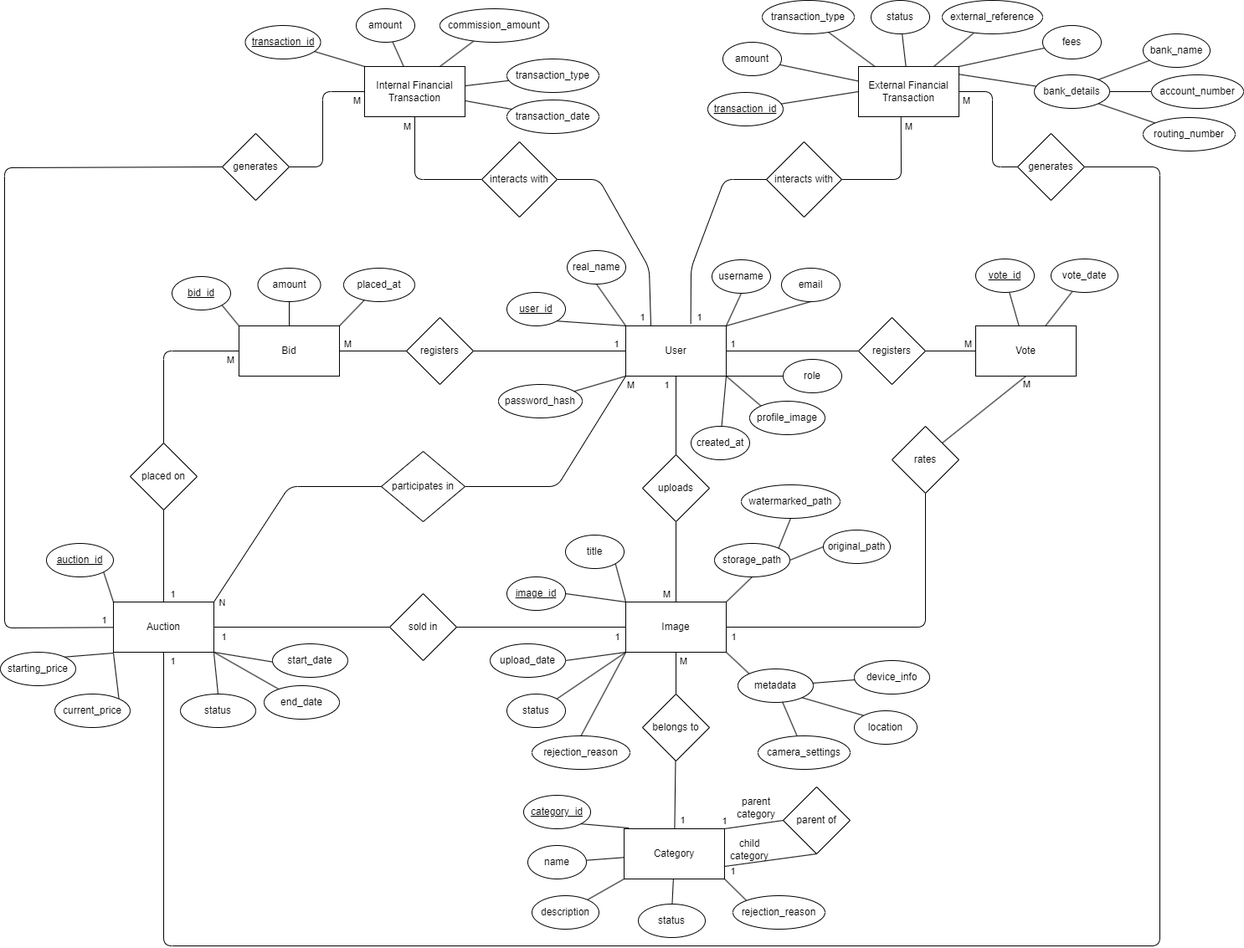
This is diagrams/eer-diagram/eer-diagram.png from staucktion/docs, a draw.io export, as it was before one commit. Source tidied: cells renumbered, new cells last; positions are measured from the earlier drawing's top-left corner, leaving out a move shared by most shapes.
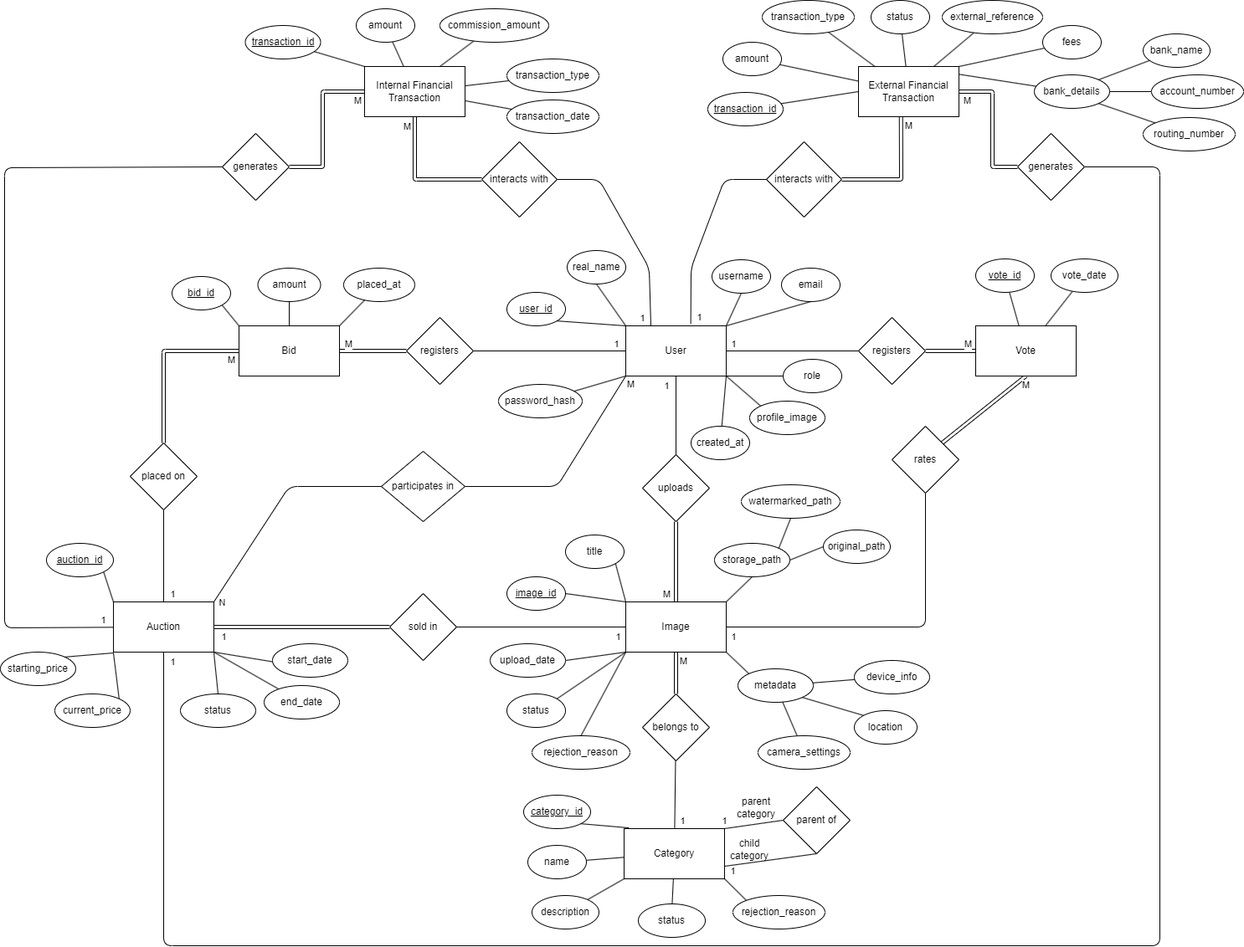
The same file after the commit.

Commit message:
Show participations in EER Diagram

Change to the diagram source:
```diff
@@ -41,7 +41,7 @@
     <mxCell id="10" value="User" style="rounded=0;whiteSpace=wrap;html=1;" parent="1" vertex="1">
       <mxGeometry x="747" y="389" width="120" height="60" as="geometry" />
     </mxCell>
-    <mxCell id="11" style="edgeStyle=none;html=1;endArrow=none;endFill=0;" parent="1" edge="1" source="15" target="56">
+    <mxCell id="11" style="edgeStyle=none;html=1;endArrow=none;endFill=0;shape=link;" parent="1" edge="1" source="15" target="56">
       <mxGeometry relative="1" as="geometry" />
     </mxCell>
     <mxCell id="12" value="M" style="edgeLabel;html=1;align=center;verticalAlign=middle;" parent="11" vertex="1">
@@ -101,7 +101,7 @@
     <mxCell id="23" value="Auction" style="rounded=0;whiteSpace=wrap;html=1;" parent="1" vertex="1">
       <mxGeometry x="135" y="719" width="120" height="60" as="geometry" />
     </mxCell>
-    <mxCell id="24" style="edgeStyle=none;html=1;exitX=0.5;exitY=1;exitDx=0;exitDy=0;entryX=1;entryY=0;entryDx=0;entryDy=0;endArrow=none;endFill=0;" parent="1" edge="1" source="26" target="62">
+    <mxCell id="24" style="edgeStyle=none;html=1;exitX=0.5;exitY=1;exitDx=0;exitDy=0;entryX=1;entryY=0;entryDx=0;entryDy=0;endArrow=none;endFill=0;shape=link;" parent="1" edge="1" source="26" target="62">
       <mxGeometry relative="1" as="geometry" />
     </mxCell>
     <mxCell id="25" value="M" style="edgeLabel;html=1;align=center;verticalAlign=middle;" parent="24" vertex="1">
@@ -112,7 +112,7 @@
     <mxCell id="26" value="Vote" style="rounded=0;whiteSpace=wrap;html=1;" parent="1" vertex="1">
       <mxGeometry x="1165" y="389" width="120" height="60" as="geometry" />
     </mxCell>
-    <mxCell id="27" style="edgeStyle=none;html=1;exitX=0;exitY=0.5;exitDx=0;exitDy=0;entryX=0.5;entryY=0;entryDx=0;entryDy=0;endArrow=none;endFill=0;" parent="1" edge="1" source="29" target="65">
+    <mxCell id="27" style="edgeStyle=none;html=1;exitX=0;exitY=0.5;exitDx=0;exitDy=0;entryX=0.5;entryY=0;entryDx=0;entryDy=0;endArrow=none;endFill=0;shape=link;" parent="1" edge="1" source="29" target="65">
       <mxGeometry relative="1" as="geometry">
         <Array as="points">
           <mxPoint x="195" y="419" />
@@ -133,7 +133,7 @@
     <mxCell id="31" value="External Financial Transaction" style="rounded=0;whiteSpace=wrap;html=1;" parent="1" vertex="1">
       <mxGeometry x="1025" y="79" width="120" height="60" as="geometry" />
     </mxCell>
-    <mxCell id="32" style="edgeStyle=none;html=1;endArrow=none;endFill=0;" parent="1" edge="1" source="34" target="15">
+    <mxCell id="32" style="edgeStyle=none;html=1;endArrow=none;endFill=0;shape=link;" parent="1" edge="1" source="34" target="15">
       <mxGeometry relative="1" as="geometry" />
     </mxCell>
     <mxCell id="33" value="M" style="edgeLabel;html=1;align=center;verticalAlign=middle;" parent="32" vertex="1">
@@ -159,7 +159,7 @@
     <mxCell id="37" value="participates in" style="rhombus;whiteSpace=wrap;html=1;" parent="1" vertex="1">
       <mxGeometry x="455" y="539" width="100" height="84" as="geometry" />
     </mxCell>
-    <mxCell id="38" style="edgeStyle=none;html=1;endArrow=none;endFill=0;" parent="1" edge="1" source="40" target="26">
+    <mxCell id="38" style="edgeStyle=none;html=1;endArrow=none;endFill=0;shape=link;" parent="1" edge="1" source="40" target="26">
       <mxGeometry relative="1" as="geometry" />
     </mxCell>
     <mxCell id="39" value="M" style="edgeLabel;html=1;align=center;verticalAlign=middle;" parent="38" vertex="1">
@@ -170,7 +170,7 @@
     <mxCell id="40" value="registers" style="rhombus;whiteSpace=wrap;html=1;" parent="1" vertex="1">
       <mxGeometry x="1025" y="379" width="80" height="80" as="geometry" />
     </mxCell>
-    <mxCell id="41" style="edgeStyle=none;html=1;endArrow=none;endFill=0;" parent="1" edge="1" source="43" target="29">
+    <mxCell id="41" style="edgeStyle=none;html=1;endArrow=none;endFill=0;shape=link;" parent="1" edge="1" source="43" target="29">
       <mxGeometry relative="1" as="geometry" />
     </mxCell>
     <mxCell id="42" value="M" style="edgeLabel;html=1;align=center;verticalAlign=middle;" parent="41" vertex="1">
@@ -181,7 +181,7 @@
     <mxCell id="43" value="registers" style="rhombus;whiteSpace=wrap;html=1;" parent="1" vertex="1">
       <mxGeometry x="485" y="379" width="80" height="80" as="geometry" />
     </mxCell>
-    <mxCell id="44" style="edgeStyle=none;html=1;entryX=0.5;entryY=1;entryDx=0;entryDy=0;exitX=0;exitY=0.5;exitDx=0;exitDy=0;endArrow=none;endFill=0;" parent="1" edge="1" source="46" target="30">
+    <mxCell id="44" style="edgeStyle=none;html=1;entryX=0.5;entryY=1;entryDx=0;entryDy=0;exitX=0;exitY=0.5;exitDx=0;exitDy=0;endArrow=none;endFill=0;shape=link;" parent="1" edge="1" source="46" target="30">
       <mxGeometry relative="1" as="geometry">
         <Array as="points">
           <mxPoint x="495" y="214" />
@@ -209,7 +209,7 @@
         <mxPoint x="-10" y="-3" as="offset" />
       </mxGeometry>
     </mxCell>
-    <mxCell id="49" style="edgeStyle=none;html=1;exitX=1;exitY=0.5;exitDx=0;exitDy=0;entryX=0.423;entryY=1.004;entryDx=0;entryDy=0;entryPerimeter=0;endArrow=none;endFill=0;" parent="1" edge="1" source="51" target="31">
+    <mxCell id="49" style="edgeStyle=none;html=1;exitX=1;exitY=0.5;exitDx=0;exitDy=0;entryX=0.423;entryY=1.004;entryDx=0;entryDy=0;entryPerimeter=0;endArrow=none;endFill=0;shape=link;" parent="1" edge="1" source="51" target="31">
       <mxGeometry relative="1" as="geometry">
         <Array as="points">
           <mxPoint x="1076" y="214" />
@@ -248,7 +248,7 @@
     <mxCell id="56" value="belongs to" style="rhombus;whiteSpace=wrap;html=1;" parent="1" vertex="1">
       <mxGeometry x="767" y="829" width="80" height="80" as="geometry" />
     </mxCell>
-    <mxCell id="57" style="edgeStyle=none;html=1;endArrow=none;endFill=0;" parent="1" edge="1" source="59" target="23">
+    <mxCell id="57" style="edgeStyle=none;html=1;endArrow=none;endFill=0;shape=link;" parent="1" edge="1" source="59" target="23">
       <mxGeometry relative="1" as="geometry" />
     </mxCell>
     <mxCell id="58" value="1" style="edgeLabel;html=1;align=center;verticalAlign=middle;" parent="57" vertex="1">
@@ -285,7 +285,7 @@
     <mxCell id="65" value="placed on" style="rhombus;whiteSpace=wrap;html=1;" parent="1" vertex="1">
       <mxGeometry x="155" y="529" width="80" height="80" as="geometry" />
     </mxCell>
-    <mxCell id="66" style="edgeStyle=none;html=1;exitX=1;exitY=0.5;exitDx=0;exitDy=0;entryX=0;entryY=0.5;entryDx=0;entryDy=0;endArrow=none;endFill=0;" parent="1" edge="1" source="68" target="30">
+    <mxCell id="66" style="edgeStyle=none;html=1;exitX=1;exitY=0.5;exitDx=0;exitDy=0;entryX=0;entryY=0.5;entryDx=0;entryDy=0;endArrow=none;endFill=0;shape=link;" parent="1" edge="1" source="68" target="30">
       <mxGeometry relative="1" as="geometry">
         <Array as="points">
           <mxPoint x="385" y="199" />
@@ -301,7 +301,7 @@
     <mxCell id="68" value="generates" style="rhombus;whiteSpace=wrap;html=1;" parent="1" vertex="1">
       <mxGeometry x="265" y="159" width="80" height="80" as="geometry" />
     </mxCell>
-    <mxCell id="69" style="edgeStyle=none;html=1;entryX=1;entryY=0.5;entryDx=0;entryDy=0;exitX=0;exitY=0.5;exitDx=0;exitDy=0;endArrow=none;endFill=0;" parent="1" edge="1" source="71" target="31">
+    <mxCell id="69" style="edgeStyle=none;html=1;entryX=1;entryY=0.5;entryDx=0;entryDy=0;exitX=0;exitY=0.5;exitDx=0;exitDy=0;endArrow=none;endFill=0;shape=link;" parent="1" edge="1" source="71" target="31">
       <mxGeometry relative="1" as="geometry">
         <Array as="points">
           <mxPoint x="1185" y="199" />
```
